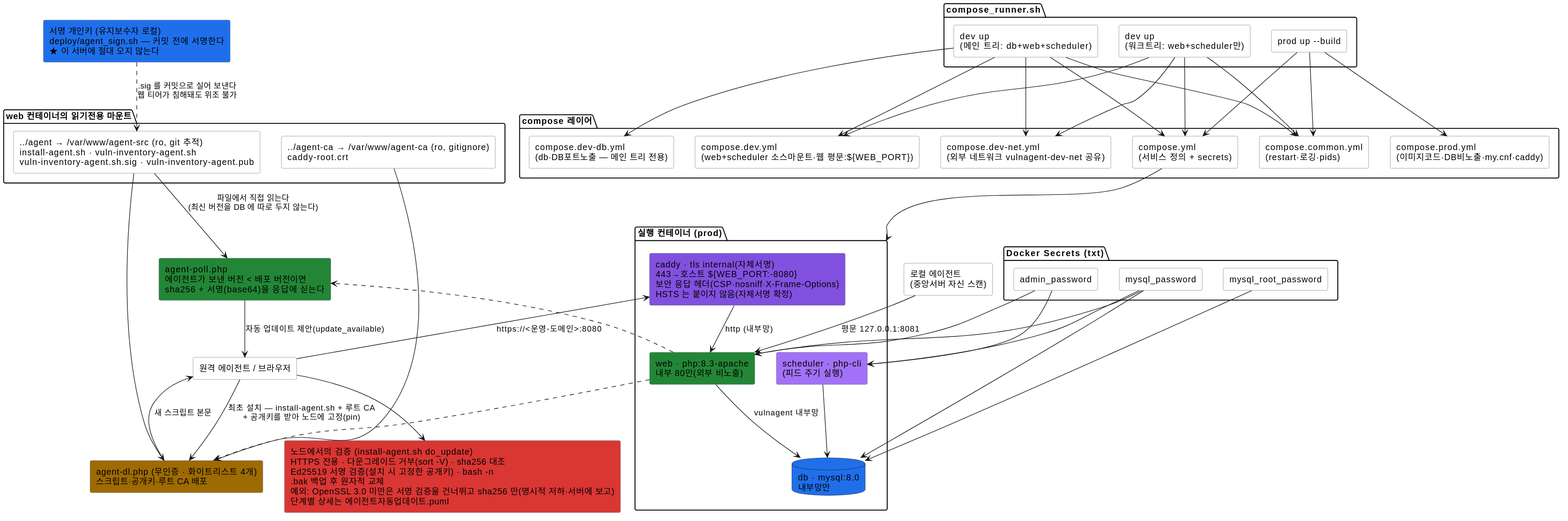
Above: docs/specs/diagrams/배포구성.svg in JeongDoWook/vuln-agent (PlantUML), before the change.
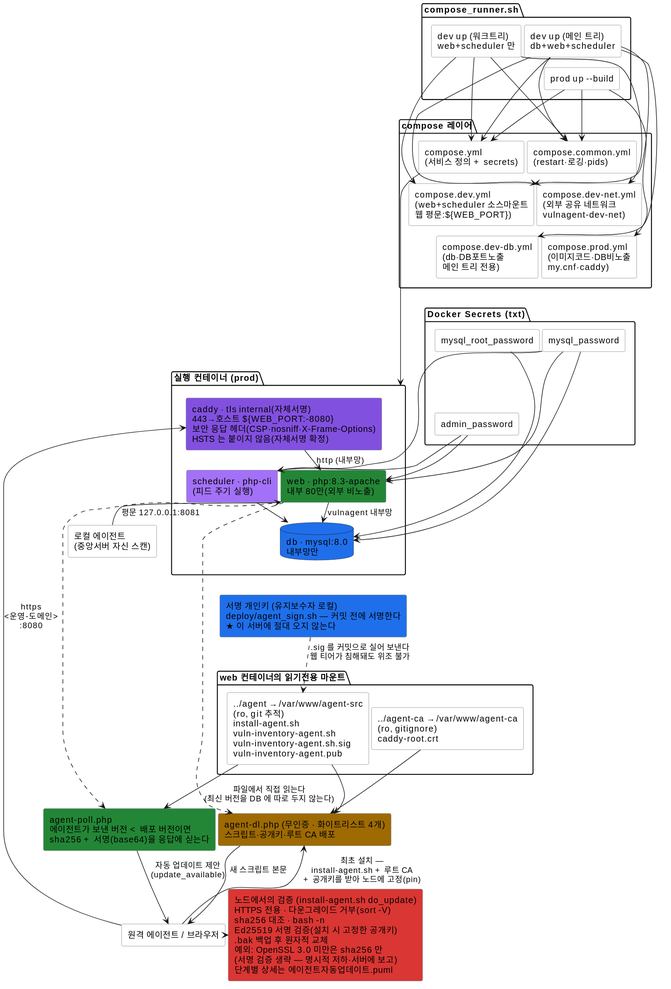
After the commit.

What changed in the source:
```diff
@@ -1,5 +1,8 @@
 @startuml
 
+skinparam wrapWidth 330
+skinparam nodesep 5
+skinparam ranksep 14
 skinparam rectangle {
     BackgroundColor #ffffff
     BorderColor #6e7681
@@ -8,18 +11,18 @@
 skinparam shadowing false
 
 package "compose_runner.sh" as Runner {
-    rectangle "dev up\n(메인 트리: db+web+scheduler)" as R1
-    rectangle "dev up\n(워크트리: web+scheduler만)" as R1W
+    rectangle "dev up (메인 트리)\ndb+web+scheduler" as R1
+    rectangle "dev up (워크트리)\nweb+scheduler 만" as R1W
     rectangle "prod up --build" as R2
 }
 
 package "compose 레이어" as Files {
     rectangle "compose.yml\n(서비스 정의 + secrets)" as F0
     rectangle "compose.common.yml\n(restart·로깅·pids)" as FC
-    rectangle "compose.dev.yml\n(web+scheduler 소스마운트·웹 평문:${WEB_PORT})" as FD
-    rectangle "compose.dev-db.yml\n(db·DB포트노출 — 메인 트리 전용)" as FDB
-    rectangle "compose.dev-net.yml\n(외부 네트워크 vulnagent-dev-net 공유)" as FN
-    rectangle "compose.prod.yml\n(이미지코드·DB비노출·my.cnf·caddy)" as FP
+    rectangle "compose.dev.yml\n(web+scheduler 소스마운트\n웹 평문:${WEB_PORT})" as FD
+    rectangle "compose.dev-db.yml\n(db·DB포트노출\n메인 트리 전용)" as FDB
+    rectangle "compose.dev-net.yml\n(외부 공유 네트워크\nvulnagent-dev-net)" as FN
+    rectangle "compose.prod.yml\n(이미지코드·DB비노출\nmy.cnf·caddy)" as FP
 }
 
 package "Docker Secrets (txt)" as Secrets {
@@ -62,15 +65,15 @@
 rectangle "원격 에이전트 / 브라우저" as REMOTE
 rectangle "로컬 에이전트\n(중앙서버 자신 스캔)" as LOCAL
 
-REMOTE --> CADDY : https://<운영-도메인>:8080
+REMOTE -up-> CADDY : https\n<운영-도메인>\n:8080
 CADDY --> WC : http (내부망)
-LOCAL --> WC : 평문 127.0.0.1:8081
+LOCAL -up-> WC : 평문 127.0.0.1:8081
 WC --> DC : vulnagent 내부망
 SCH --> DC
 
 package "web 컨테이너의 읽기전용 마운트" as Mounts {
-    rectangle "../agent → /var/www/agent-src (ro, git 추적)\ninstall-agent.sh · vuln-inventory-agent.sh\nvuln-inventory-agent.sh.sig · vuln-inventory-agent.pub" as MSRC
-    rectangle "../agent-ca → /var/www/agent-ca (ro, gitignore)\ncaddy-root.crt" as MCA
+    rectangle "../agent → /var/www/agent-src\n(ro, git 추적)\ninstall-agent.sh\nvuln-inventory-agent.sh\nvuln-inventory-agent.sh.sig\nvuln-inventory-agent.pub" as MSRC
+    rectangle "../agent-ca → /var/www/agent-ca\n(ro, gitignore)\ncaddy-root.crt" as MCA
 }
 
 rectangle "agent-dl.php (무인증 · 화이트리스트 4개)\n스크립트·공개키·루트 CA 배포" as ADL #9e6a03
@@ -79,16 +82,29 @@
 MSRC --> ADL
 MCA  --> ADL
 MSRC --> APOLL : 파일에서 직접 읽는다\n(최신 버전을 DB 에 따로 두지 않는다)
-WC ..> ADL
-WC ..> APOLL
+WC .right.> ADL
+WC .right.> APOLL
 
-REMOTE --> ADL : 최초 설치 — install-agent.sh + 루트 CA\n+ 공개키를 받아 노드에 고정(pin)
-APOLL --> REMOTE : 자동 업데이트 제안(update_available)
+REMOTE --> ADL : 최초 설치 —\ninstall-agent.sh + 루트 CA\n+ 공개키를 받아 노드에 고정(pin)
+APOLL --> REMOTE : 자동 업데이트 제안\n(update_available)
 ADL   --> REMOTE : 새 스크립트 본문
 
-rectangle "노드에서의 검증 (install-agent.sh do_update)\nHTTPS 전용 · 다운그레이드 거부(sort -V) · sha256 대조\nEd25519 서명 검증(설치 시 고정한 공개키) · bash -n\n.bak 백업 후 원자적 교체\n예외: OpenSSL 3.0 미만은 서명 검증을 건너뛰고 sha256 만(명시적 저하·서버에 보고)\n단계별 상세는 에이전트자동업데이트.puml" as VERIFY #da3633
-REMOTE --> VERIFY
+rectangle "노드에서의 검증 (install-agent.sh do_update)\nHTTPS 전용 · 다운그레이드 거부(sort -V)\nsha256 대조 · bash -n\nEd25519 서명 검증(설치 시 고정한 공개키)\n.bak 백업 후 원자적 교체\n예외: OpenSSL 3.0 미만은 sha256 만\n(서명 검증 생략 — 명시적 저하·서버에 보고)\n단계별 상세는 에이전트자동업데이트.puml" as VERIFY #da3633
+REMOTE -right-> VERIFY
 
 rectangle "서명 개인키 (유지보수자 로컬)\ndeploy/agent_sign.sh — 커밋 전에 서명한다\n★ 이 서버에 절대 오지 않는다" as SIGNKEY #1f6feb
 SIGNKEY ..> MSRC : .sig 를 커밋으로 실어 보낸다\n웹 티어가 침해돼도 위조 불가
+
+R1 -[hidden]down- R2
+R1W -[hidden]down- R2
+F0 -[hidden]down- FD
+FC -[hidden]down- FN
+FD -[hidden]down- FDB
+FN -[hidden]down- FP
+FDB -[hidden]down- S1
+FP -[hidden]down- S2
+S1 -[hidden]down- S4
+CADDY -[hidden]down- SCH
+WC -[hidden]down- DC
+DC -[hidden]down- SIGNKEY
 @enduml
```
